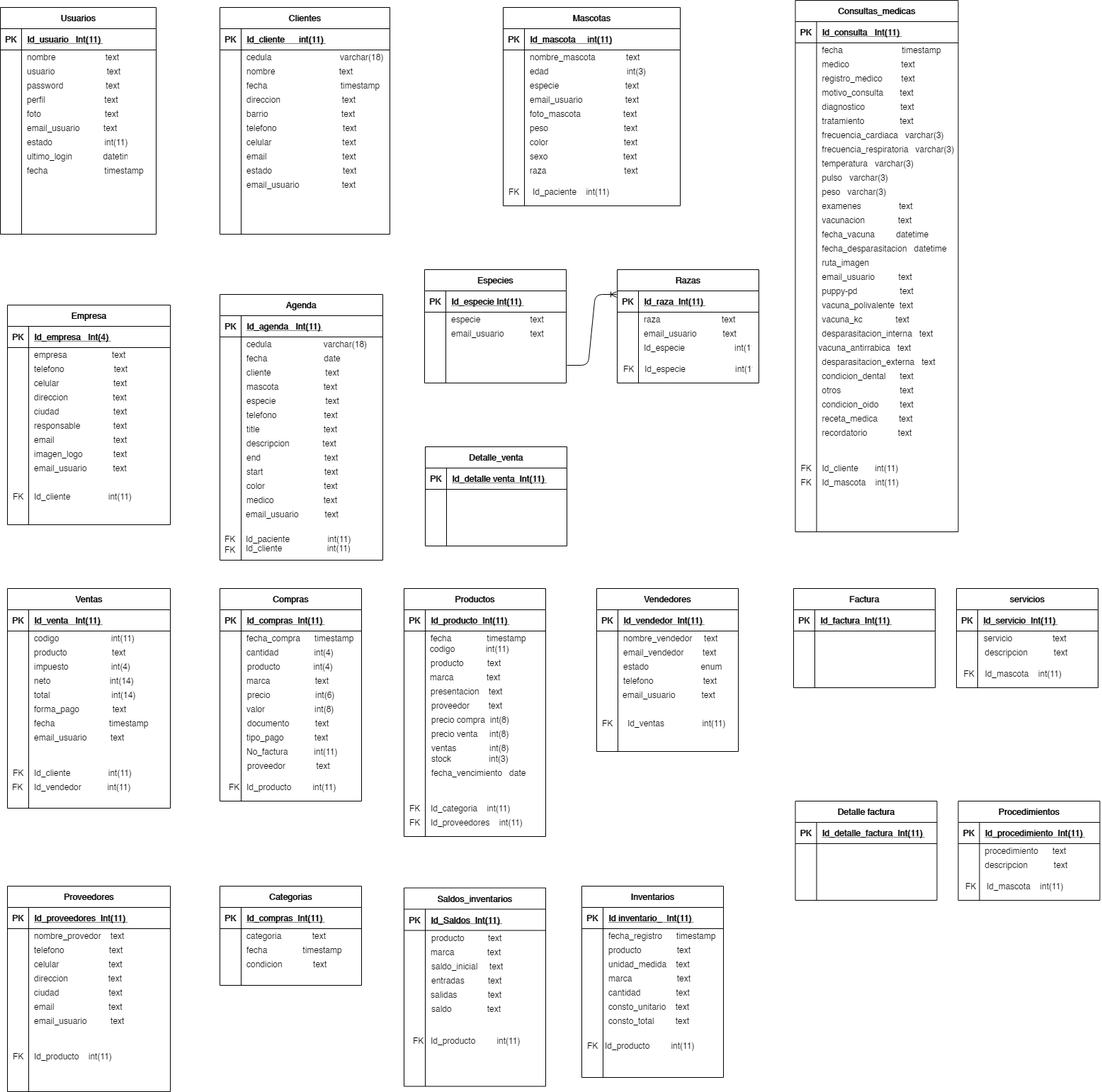
This is Untitled Diagram.png from heberthm/ejemplos-blog, a draw.io export, as it was before one commit. Source tidied: cells renumbered, new cells last; positions are measured from the earlier drawing's top-left corner, leaving out a move shared by most shapes.
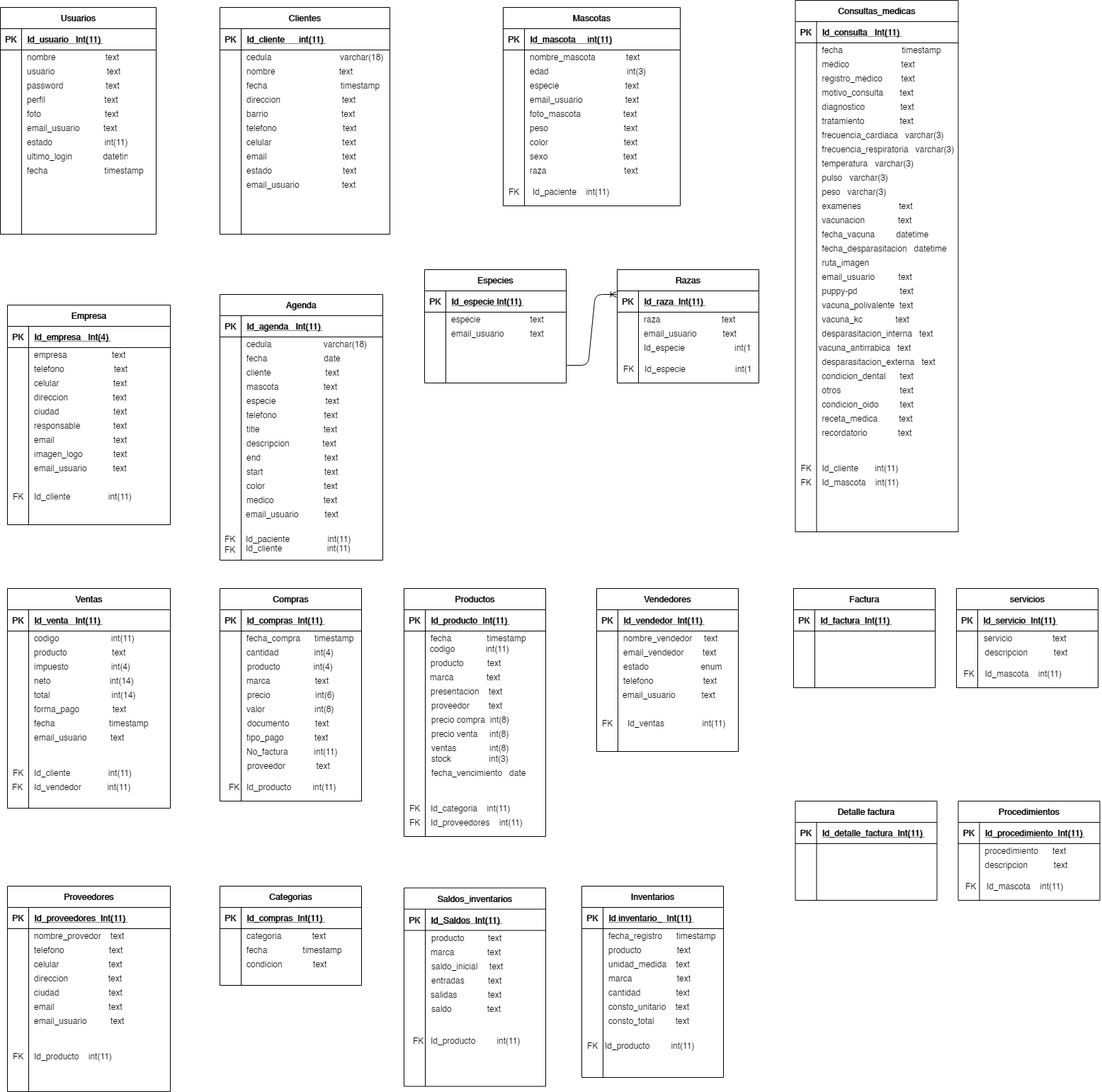
After the commit.

The edit, as a diff of the source:
```diff
@@ -884,18 +884,6 @@
     <mxCell id="295" value="ventas              int(8)" style="shape=partialRectangle;fillColor=none;top=0;left=0;bottom=0;right=0;align=left;spacingLeft=6;overflow=hidden;" parent="1" vertex="1">
       <mxGeometry x="601" y="1045" width="170" height="20" as="geometry" />
     </mxCell>
-    <mxCell id="296" value="Detalle_venta" style="shape=table;startSize=30;rowLines=0;fontStyle=1;align=center;" parent="1" vertex="1">
-      <mxGeometry x="600" y="630" width="200" height="140" as="geometry" />
-    </mxCell>
-    <mxCell id="297" style="shape=partialRectangle;fillColor=none;top=0;left=0;bottom=1;right=0;" parent="296" vertex="1">
-      <mxGeometry y="30" width="200" height="30" as="geometry" />
-    </mxCell>
-    <mxCell id="298" value="PK" style="shape=partialRectangle;fillColor=none;top=0;left=0;bottom=0;right=0;fontStyle=1;overflow=hidden;" parent="297" vertex="1">
-      <mxGeometry width="30" height="30" as="geometry" />
-    </mxCell>
-    <mxCell id="299" value="Id_detalle venta  Int(11) " style="shape=partialRectangle;fillColor=none;top=0;left=0;bottom=0;right=0;align=left;spacingLeft=6;fontStyle=5;overflow=hidden;" parent="297" vertex="1">
-      <mxGeometry x="30" width="170" height="30" as="geometry" />
-    </mxCell>
     <mxCell id="300" value="fecha_vencimiento   date" style="shape=partialRectangle;fillColor=none;top=0;left=0;bottom=0;right=0;align=left;spacingLeft=6;overflow=hidden;" parent="1" vertex="1">
       <mxGeometry x="601" y="1080" width="170" height="20" as="geometry" />
     </mxCell>
```
